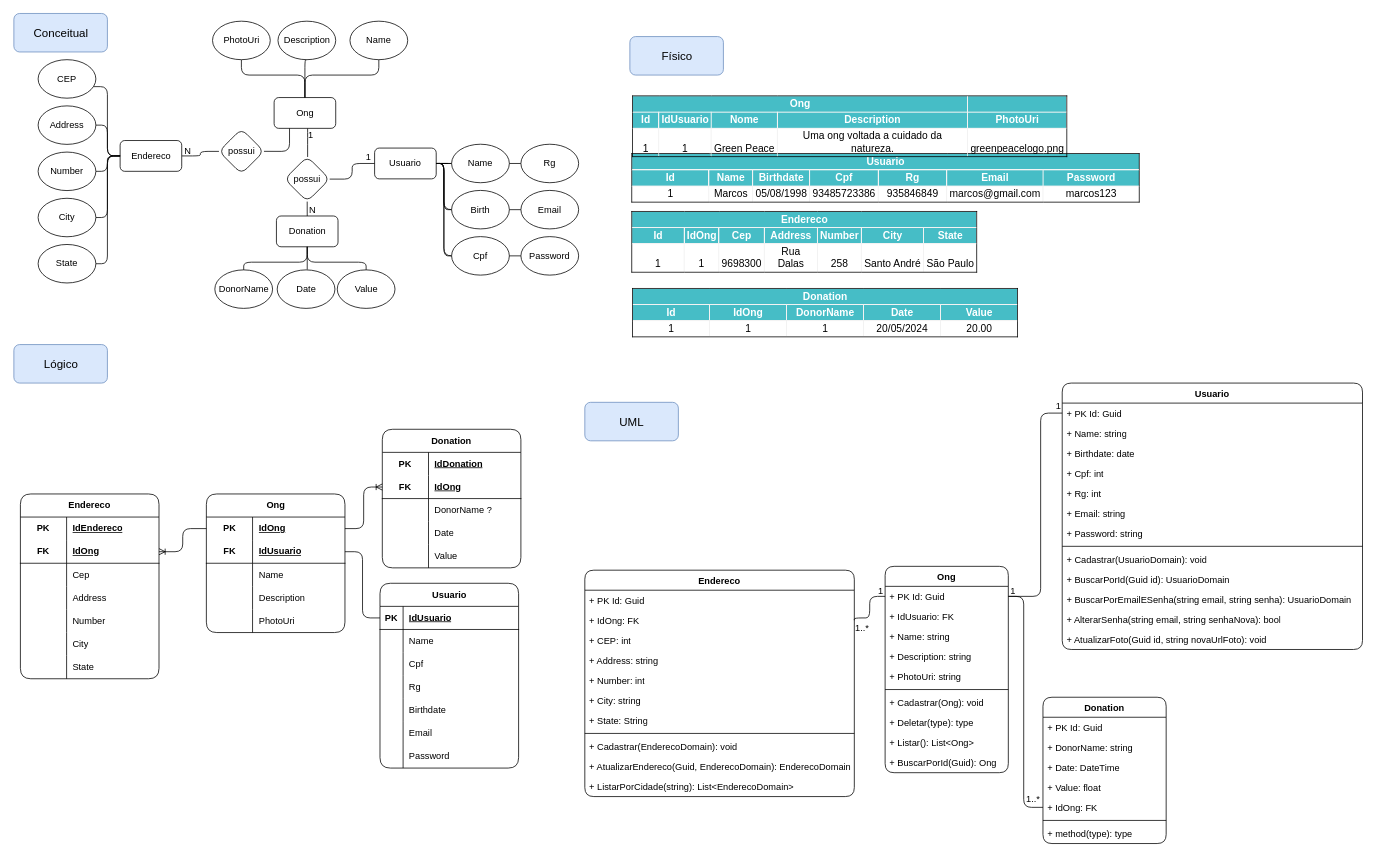
Before: diagrama banco hope hand.drawio in guilhermemonte21/hope-hand, a draw.io diagram. Source tidied: cells renumbered, new cells numbered last; positions are measured from the earlier drawing's top-left corner, leaving out a move shared by most shapes. Both pictures are drawn from the tidied source at 77%, with x=0, y=0 at pixel (13, 13).
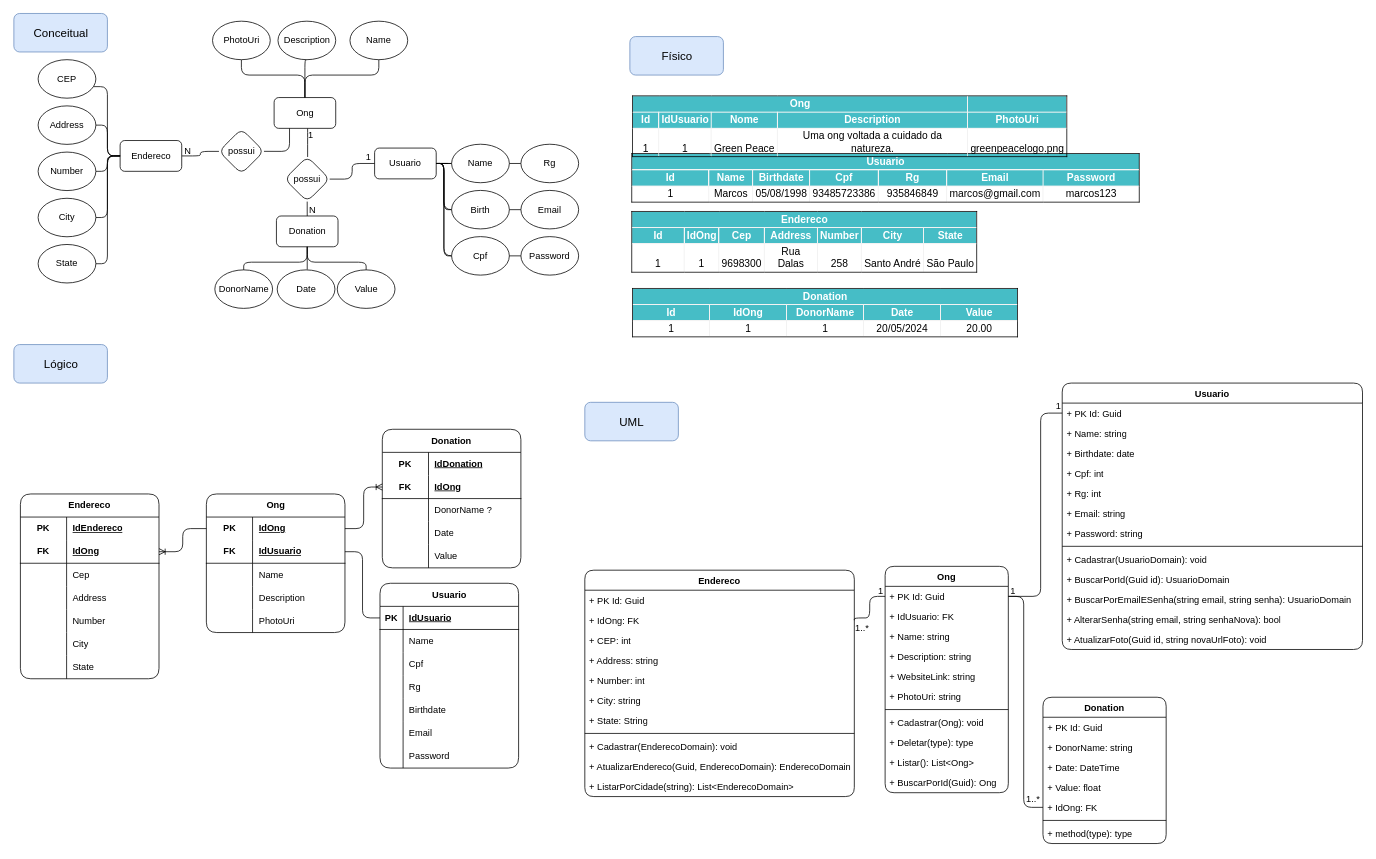
After the change.

Commit message:
Adicionado link dos sites

The edit, as a diff of the source:
```diff
@@
     <mxCell id="2" value="Ong" style="swimlane;fontStyle=1;align=center;verticalAlign=top;horizontal=1;startSize=26;whiteSpace=wrap;html=1;rounded=1;" parent="1" vertex="1">
-      <mxGeometry x="1132" y="718" width="160" height="268" as="geometry" />
+      <mxGeometry x="1132" y="718" width="160" height="294" as="geometry" />
     </mxCell>
@@
+    <mxCell id="191" value="+ WebsiteLink: string" style="text;strokeColor=none;fillColor=none;align=left;verticalAlign=top;spacingLeft=4;spacingRight=4;overflow=hidden;whiteSpace=wrap;html=1;rounded=1;" parent="2" vertex="1">
+      <mxGeometry y="130" width="160" height="26" as="geometry" />
+    </mxCell>
     <mxCell id="7" value="+ PhotoUri: string" style="text;strokeColor=none;fillColor=none;align=left;verticalAlign=top;spacingLeft=4;spacingRight=4;overflow=hidden;whiteSpace=wrap;html=1;rounded=1;" parent="2" vertex="1">
-      <mxGeometry y="130" width="160" height="26" as="geometry" />
+      <mxGeometry y="156" width="160" height="26" as="geometry" />
     </mxCell>
     <mxCell id="8" style="line;strokeWidth=1;fillColor=none;align=left;verticalAlign=middle;spacingTop=-1;spacingLeft=3;spacingRight=3;labelPosition=right;strokeColor=inherit;rounded=1;" parent="2" vertex="1">
-      <mxGeometry y="156" width="160" height="8" as="geometry" />
+      <mxGeometry y="182" width="160" height="8" as="geometry" />
     </mxCell>
     <mxCell id="9" value="+ Cadastrar(Ong): void" style="text;strokeColor=none;fillColor=none;align=left;verticalAlign=top;spacingLeft=4;spacingRight=4;overflow=hidden;whiteSpace=wrap;html=1;rounded=1;" parent="2" vertex="1">
-      <mxGeometry y="164" width="160" height="26" as="geometry" />
+      <mxGeometry y="190" width="160" height="26" as="geometry" />
     </mxCell>
     <mxCell id="10" value="+ Deletar(type): type" style="text;strokeColor=none;fillColor=none;align=left;verticalAlign=top;spacingLeft=4;spacingRight=4;overflow=hidden;whiteSpace=wrap;html=1;rounded=1;" parent="2" vertex="1">
-      <mxGeometry y="190" width="160" height="26" as="geometry" />
+      <mxGeometry y="216" width="160" height="26" as="geometry" />
     </mxCell>
     <mxCell id="11" value="+ Listar(): List&amp;lt;Ong&amp;gt;" style="text;strokeColor=none;fillColor=none;align=left;verticalAlign=top;spacingLeft=4;spacingRight=4;overflow=hidden;whiteSpace=wrap;html=1;rounded=1;" parent="2" vertex="1">
-      <mxGeometry y="216" width="160" height="26" as="geometry" />
+      <mxGeometry y="242" width="160" height="26" as="geometry" />
     </mxCell>
     <mxCell id="12" value="+ BuscarPorId(Guid): Ong" style="text;strokeColor=none;fillColor=none;align=left;verticalAlign=top;spacingLeft=4;spacingRight=4;overflow=hidden;whiteSpace=wrap;html=1;rounded=1;" parent="2" vertex="1">
-      <mxGeometry y="242" width="160" height="26" as="geometry" />
+      <mxGeometry y="268" width="160" height="26" as="geometry" />
     </mxCell>
```
